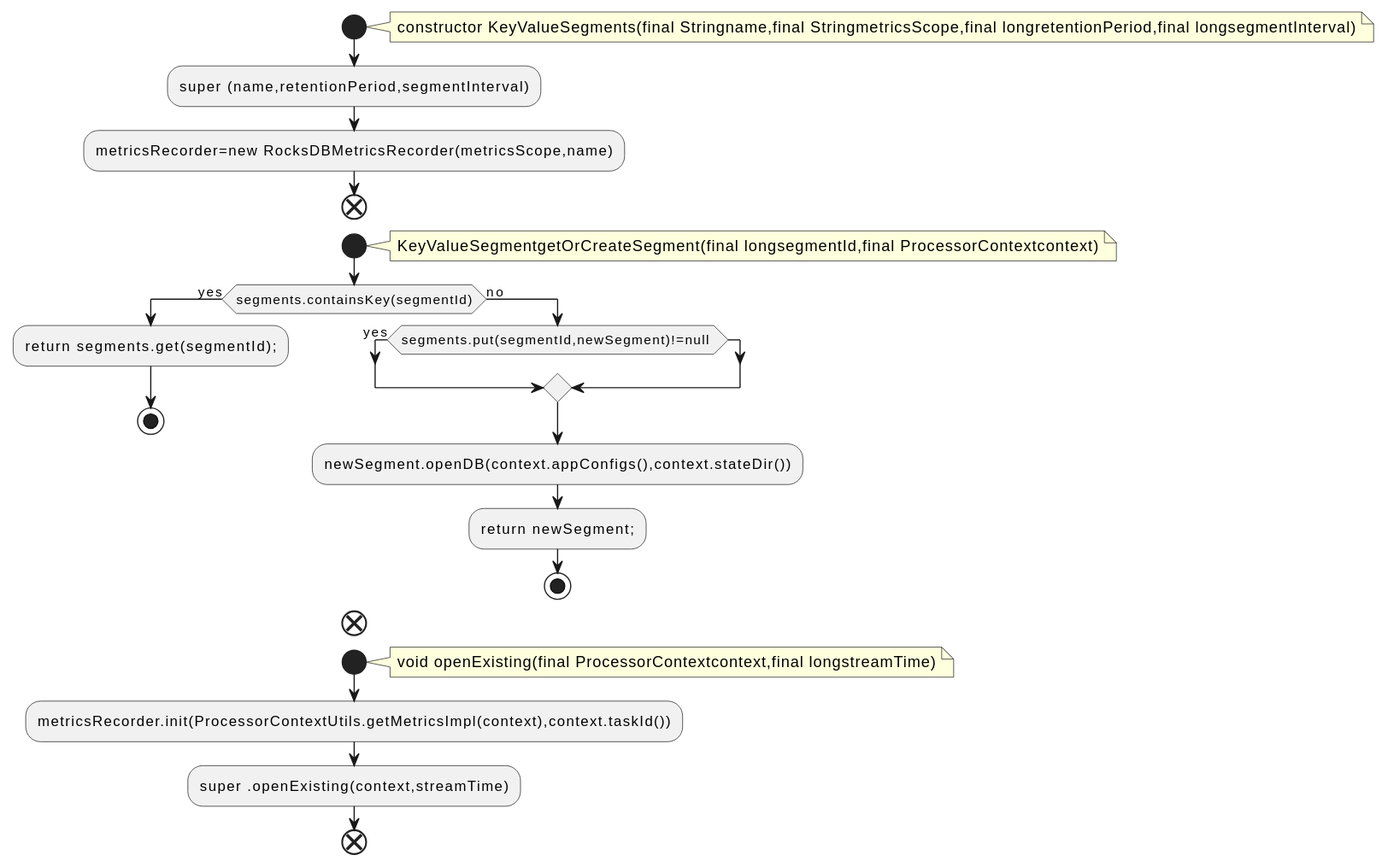
The PlantUML diagram docs/qc/streams/src/main/java/org/apache/kafka/streams/state/internals/KeyValueSegments.java.fct.svg in qualitesys/kafka, before a commit.
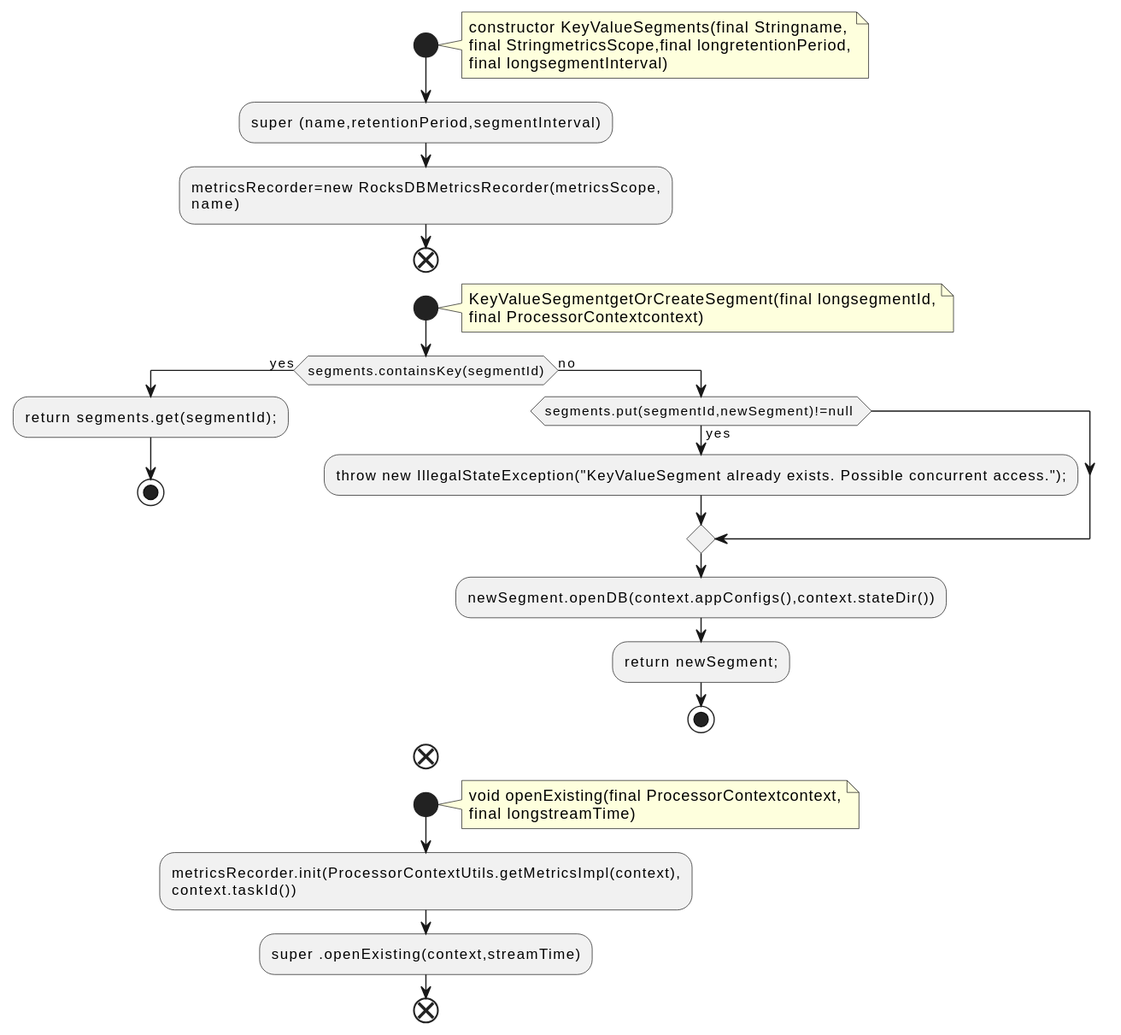
The same file after the commit.

What changed in the source:
```diff
@@ -2,20 +2,25 @@
 !pragma layout smetana
 start
 note right
-constructor KeyValueSegments(final Stringname,final StringmetricsScope,final longretentionPeriod,final longsegmentInterval)
+constructor KeyValueSegments(final Stringname,
+final StringmetricsScope,final longretentionPeriod,
+final longsegmentInterval)
 end note
 :super (name,retentionPeriod,segmentInterval);
-:metricsRecorder=new RocksDBMetricsRecorder(metricsScope,name);
+:metricsRecorder=new RocksDBMetricsRecorder(metricsScope,
+name);
 end
 start
 note right
-KeyValueSegmentgetOrCreateSegment(final longsegmentId,final ProcessorContextcontext)
+KeyValueSegmentgetOrCreateSegment(final longsegmentId,
+final ProcessorContextcontext)
 end note
 if (segments.containsKey(segmentId)) then (yes)
 :return segments.get(segmentId);;
 stop
 else (no)
 if (segments.put(segmentId,newSegment)!=null ) then (yes)
+:throw new IllegalStateException("KeyValueSegment already exists. Possible concurrent access.");;
 endif
 :newSegment.openDB(context.appConfigs(),context.stateDir());
 :return newSegment;;
@@ -24,9 +29,11 @@
 end
 start
 note right
-void openExisting(final ProcessorContextcontext,final longstreamTime)
+void openExisting(final ProcessorContextcontext,
+final longstreamTime)
 end note
-:metricsRecorder.init(ProcessorContextUtils.getMetricsImpl(context),context.taskId());
+:metricsRecorder.init(ProcessorContextUtils.getMetricsImpl(context),
+context.taskId());
 :super .openExisting(context,streamTime);
 end
 @enduml
```
